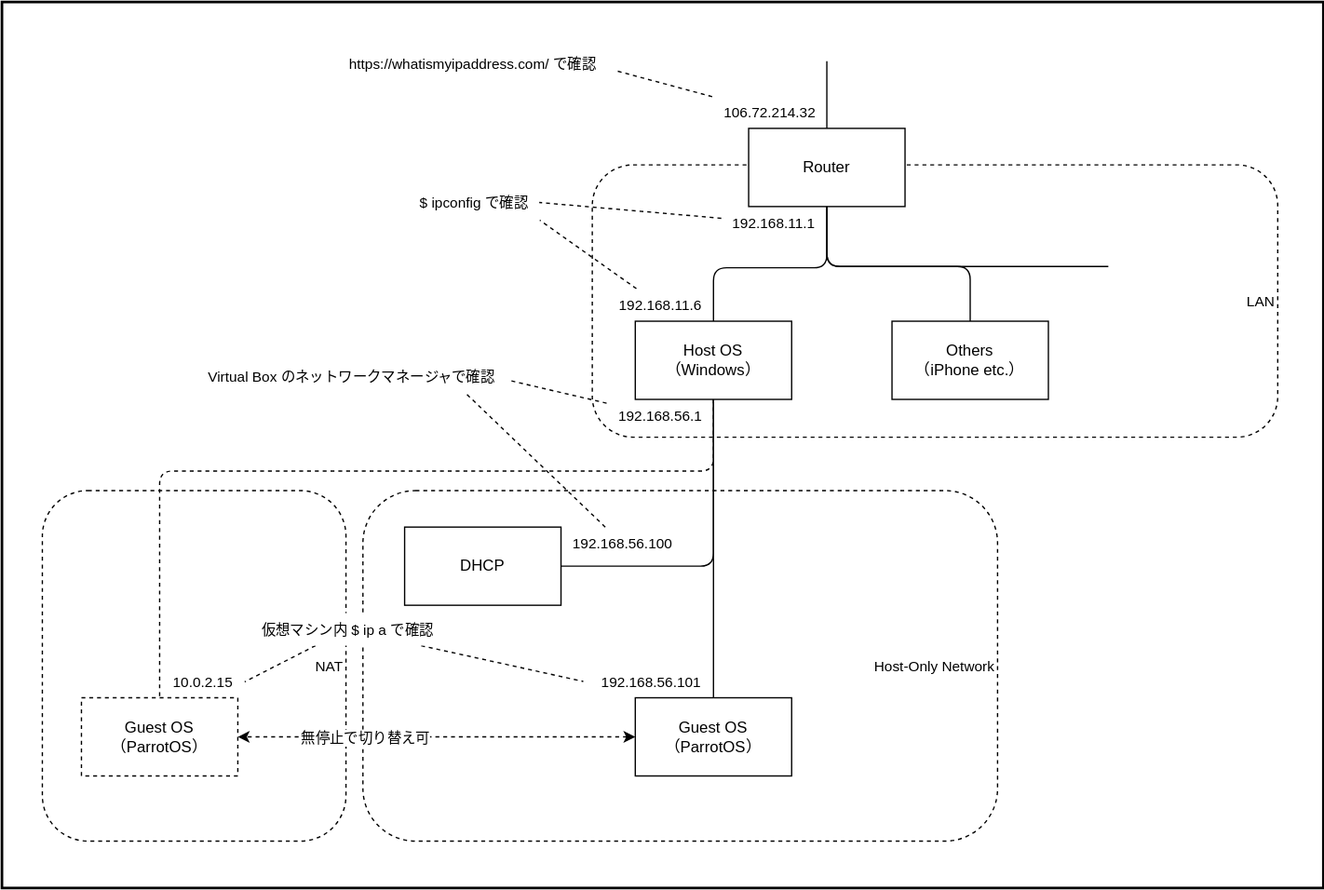
SOUSUKEKUROSAWA/drawio keeps this draw.io diagram as diagrams/network-of-hacking-lab.drawio.svg. Above is the earlier version. Source tidied: cells renumbered, new cells last; positions are measured from the earlier drawing's top-left corner, leaving out a move shared by most shapes.
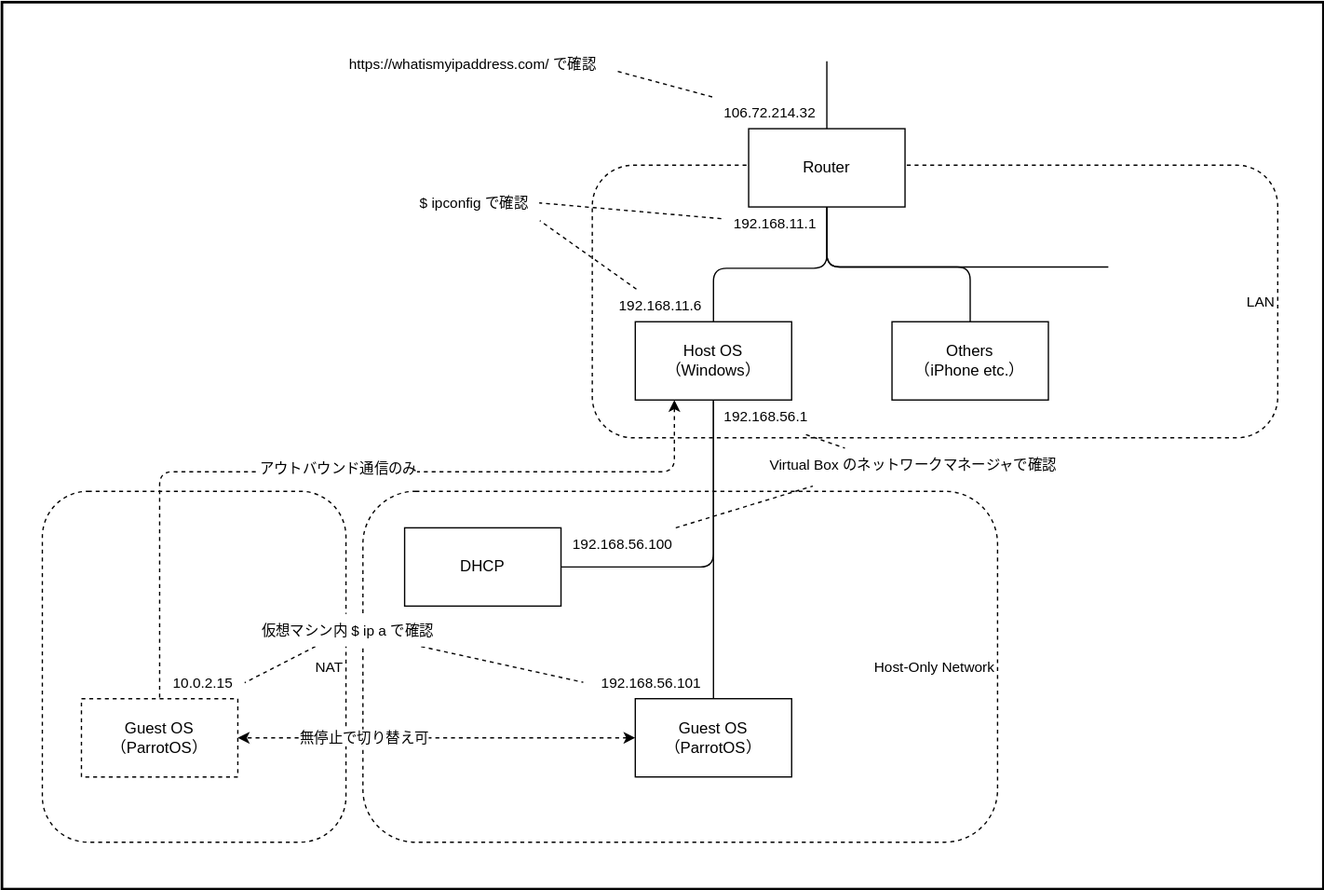
After the commit.

The edit, as a diff of the source:
```diff
@@ -62,14 +62,19 @@
     <mxCell id="14" style="edgeStyle=none;html=1;entryX=0.5;entryY=0;entryDx=0;entryDy=0;fontSize=11;fontColor=#000000;endArrow=none;endFill=0;" parent="1" edge="1" source="16" target="29">
       <mxGeometry relative="1" as="geometry" />
     </mxCell>
-    <mxCell id="15" style="edgeStyle=none;html=1;entryX=0.5;entryY=0;entryDx=0;entryDy=0;fontSize=11;fontColor=#000000;startArrow=none;startFill=0;endArrow=none;endFill=0;dashed=1;" parent="1" edge="1" source="16" target="37">
+    <mxCell id="15" style="edgeStyle=none;html=1;entryX=0.5;entryY=0;entryDx=0;entryDy=0;fontSize=11;fontColor=#000000;startArrow=classic;startFill=1;endArrow=none;endFill=0;dashed=1;exitX=0.25;exitY=1;exitDx=0;exitDy=0;" parent="1" edge="1" source="16" target="37">
       <mxGeometry relative="1" as="geometry">
         <Array as="points">
-          <mxPoint x="546" y="360" />
+          <mxPoint x="516" y="360" />
           <mxPoint x="121" y="360" />
         </Array>
       </mxGeometry>
     </mxCell>
+    <mxCell id="39" value="アウトバウンド通信のみ" style="edgeLabel;html=1;align=center;verticalAlign=middle;" parent="15" vertex="1">
+      <mxGeometry x="0.05" y="-3" relative="1" as="geometry">
+        <mxPoint x="14" y="1" as="offset" />
+      </mxGeometry>
+    </mxCell>
     <mxCell id="16" value="Host OS&lt;br&gt;（Windows）" style="rounded=0;whiteSpace=wrap;html=1;" parent="1" vertex="1">
       <mxGeometry x="486" y="245" width="120" height="60" as="geometry" />
     </mxCell>
@@ -88,16 +93,16 @@
     <mxCell id="21" value="192.168.11.6" style="text;html=1;align=center;verticalAlign=middle;points=[];strokeColor=none;fillColor=none;fontSize=11;fontColor=#000000;" parent="1" vertex="1">
       <mxGeometry x="464" y="220" width="81" height="25" as="geometry" />
     </mxCell>
-    <mxCell id="22" style="edgeStyle=none;html=1;entryX=1.008;entryY=0.614;entryDx=0;entryDy=0;entryPerimeter=0;dashed=1;fontSize=11;fontColor=#000000;endArrow=none;endFill=0;" parent="1" edge="1" source="23" target="32">
+    <mxCell id="22" style="edgeStyle=none;html=1;entryX=0.284;entryY=-0.005;entryDx=0;entryDy=0;entryPerimeter=0;dashed=1;fontSize=11;fontColor=#000000;endArrow=none;endFill=0;exitX=0.878;exitY=1.062;exitDx=0;exitDy=0;exitPerimeter=0;" parent="1" edge="1" source="23" target="32">
       <mxGeometry relative="1" as="geometry" />
     </mxCell>
     <mxCell id="23" value="192.168.56.1" style="text;html=1;align=center;verticalAlign=middle;points=[];strokeColor=none;fillColor=none;fontSize=11;fontColor=#000000;" parent="1" vertex="1">
-      <mxGeometry x="464" y="305" width="82" height="25" as="geometry" />
+      <mxGeometry x="545" y="305" width="82" height="25" as="geometry" />
     </mxCell>
     <mxCell id="24" value="DHCP" style="rounded=0;whiteSpace=wrap;html=1;" parent="1" vertex="1">
       <mxGeometry x="309" y="403" width="120" height="60" as="geometry" />
     </mxCell>
-    <mxCell id="25" style="edgeStyle=none;html=1;entryX=0.87;entryY=1.013;entryDx=0;entryDy=0;entryPerimeter=0;dashed=1;fontSize=11;fontColor=#000000;endArrow=none;endFill=0;" parent="1" edge="1" source="26" target="32">
+    <mxCell id="25" style="edgeStyle=none;html=1;entryX=0.181;entryY=1.159;entryDx=0;entryDy=0;entryPerimeter=0;dashed=1;fontSize=11;fontColor=#000000;endArrow=none;endFill=0;" parent="1" edge="1" source="26" target="32">
       <mxGeometry relative="1" as="geometry" />
     </mxCell>
     <mxCell id="26" value="192.168.56.100" style="text;html=1;align=center;verticalAlign=middle;points=[];strokeColor=none;fillColor=none;fontSize=11;fontColor=#000000;" parent="1" vertex="1">
@@ -121,7 +126,7 @@
       <mxGeometry x="311" y="141" width="101" height="25" as="geometry" />
     </mxCell>
     <mxCell id="32" value="Virtual Box のネットワークマネージャで確認" style="text;html=1;align=center;verticalAlign=middle;points=[];strokeColor=none;fillColor=none;fontSize=11;fontColor=#000000;" parent="1" vertex="1">
-      <mxGeometry x="148" y="275" width="239" height="25" as="geometry" />
+      <mxGeometry x="579" y="342" width="239" height="25" as="geometry" />
     </mxCell>
     <mxCell id="33" value="192.168.56.101" style="text;html=1;align=center;verticalAlign=middle;points=[];strokeColor=none;fillColor=none;fontSize=11;fontColor=#000000;" parent="1" vertex="1">
       <mxGeometry x="451" y="509" width="94" height="25" as="geometry" />
```
